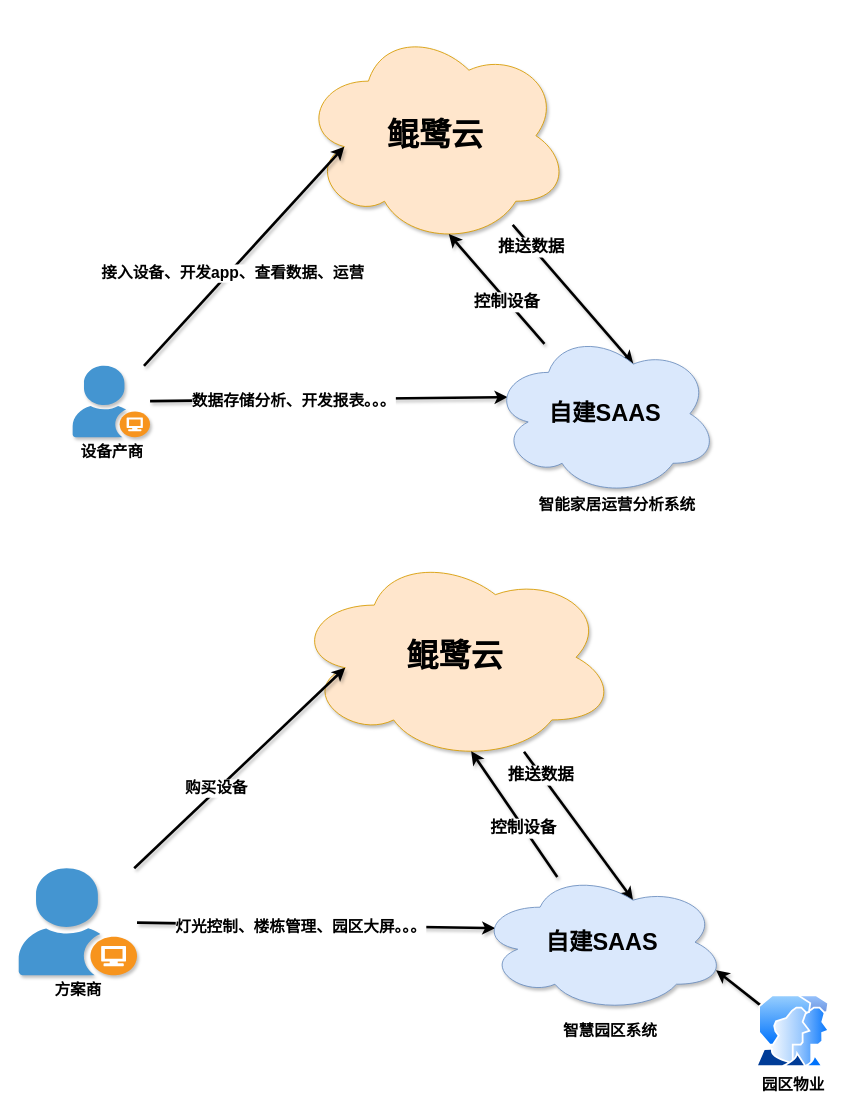
Above: cloud_change.drawio in jimmy0/chart (draw.io), before the change. Source tidied: cells renumbered, new cells numbered last; positions are measured from the earlier drawing's top-left corner, leaving out a move shared by most shapes. Both pictures are drawn from the tidied source at 87%, with x=0, y=0 at pixel (18, 26).
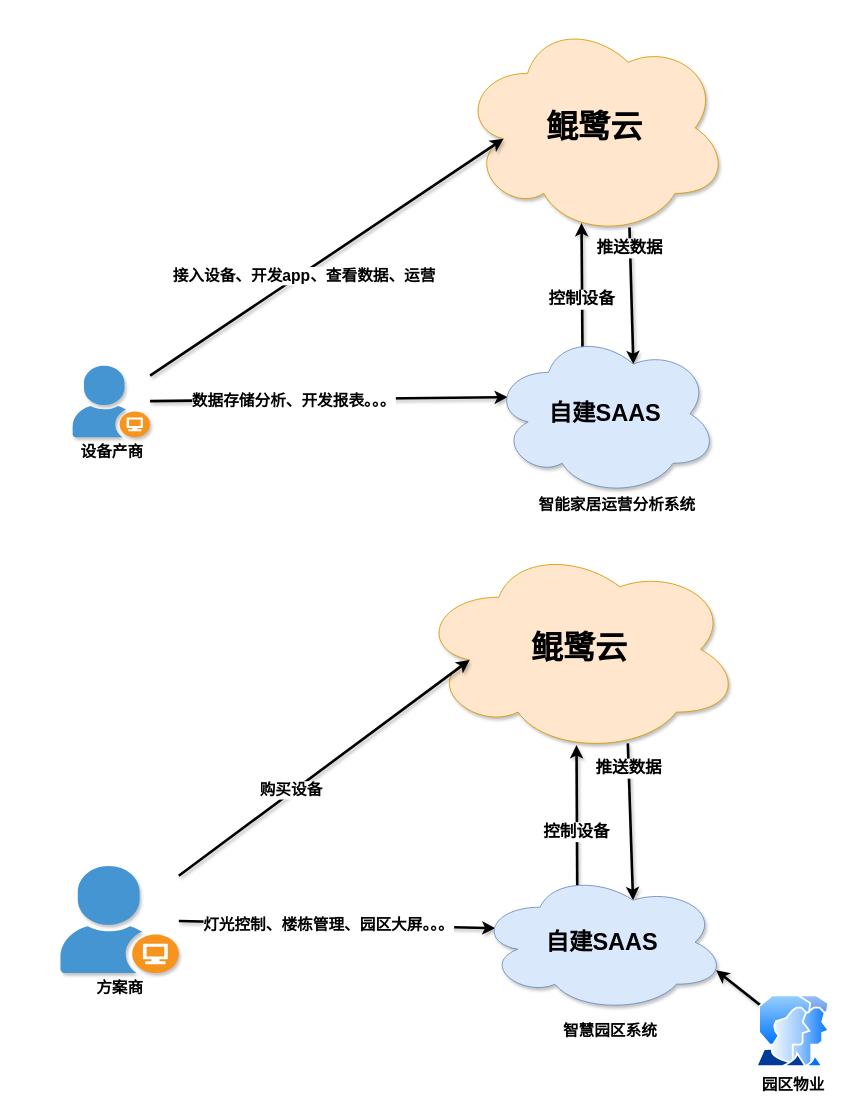
The same diagram, later.

Unchanged cells that the change refers to:
```xml
<mxCell id="12" value="自建SAAS" style="ellipse;shape=cloud;whiteSpace=wrap;html=1;rounded=1;glass=0;sketch=0;fontSize=27;fillColor=#dae8fc;strokeColor=#6c8ebf;shadow=1;fontStyle=1;" parent="1" vertex="1">
  <mxGeometry x="544" y="350" width="260" height="190" as="geometry" />
</mxCell>
<mxCell id="23" value="自建SAAS" style="ellipse;shape=cloud;whiteSpace=wrap;html=1;rounded=1;glass=0;sketch=0;fontSize=27;fillColor=#dae8fc;strokeColor=#6c8ebf;shadow=1;fontStyle=1;" parent="1" vertex="1">
  <mxGeometry x="528" y="972" width="285" height="161" as="geometry" />
</mxCell>
```

The edit, as a diff of the source:
```diff
@@
-    <mxCell id="2" style="edgeStyle=none;rounded=0;sketch=0;jettySize=auto;html=1;entryX=0.625;entryY=0.2;entryDx=0;entryDy=0;entryPerimeter=0;shadow=1;fontSize=19;strokeWidth=3;" parent="1" edge="1" source="4" target="12">
+    <mxCell id="2" style="edgeStyle=none;rounded=0;sketch=0;jettySize=auto;html=1;entryX=0.625;entryY=0.2;entryDx=0;entryDy=0;entryPerimeter=0;shadow=1;fontSize=19;strokeWidth=3;exitX=0.63;exitY=0.956;exitDx=0;exitDy=0;exitPerimeter=0;" parent="1" edge="1" source="4" target="12">
       <mxGeometry relative="1" as="geometry" />
     </mxCell>
@@
     <mxCell id="4" value="鲲鹭云" style="ellipse;shape=cloud;whiteSpace=wrap;html=1;rounded=1;glass=0;sketch=0;fontSize=37;fillColor=#ffe6cc;strokeColor=#d79b00;shadow=1;fontStyle=1;" parent="1" vertex="1">
-      <mxGeometry x="325" width="308" height="251" as="geometry" />
+      <mxGeometry x="508" y="-9" width="308" height="251" as="geometry" />
     </mxCell>
@@
-    <mxCell id="10" style="edgeStyle=none;rounded=0;sketch=0;jettySize=auto;html=1;entryX=0.55;entryY=0.95;entryDx=0;entryDy=0;entryPerimeter=0;shadow=1;fontSize=19;strokeWidth=3;" parent="1" edge="1" source="12" target="4">
+    <mxCell id="10" style="edgeStyle=none;rounded=0;sketch=0;jettySize=auto;html=1;entryX=0.451;entryY=0.936;entryDx=0;entryDy=0;entryPerimeter=0;shadow=1;fontSize=19;strokeWidth=3;exitX=0.4;exitY=0.1;exitDx=0;exitDy=0;exitPerimeter=0;" parent="1" edge="1" source="12" target="4">
       <mxGeometry relative="1" as="geometry" />
     </mxCell>
@@
-    <mxCell id="13" style="edgeStyle=none;rounded=0;sketch=0;jettySize=auto;html=1;entryX=0.625;entryY=0.2;entryDx=0;entryDy=0;entryPerimeter=0;shadow=1;fontSize=19;strokeWidth=3;" parent="1" edge="1" source="15" target="23">
+    <mxCell id="13" style="edgeStyle=none;rounded=0;sketch=0;jettySize=auto;html=1;entryX=0.625;entryY=0.2;entryDx=0;entryDy=0;entryPerimeter=0;shadow=1;fontSize=19;strokeWidth=3;exitX=0.65;exitY=0.95;exitDx=0;exitDy=0;exitPerimeter=0;" parent="1" edge="1" source="15" target="23">
       <mxGeometry relative="1" as="geometry" />
     </mxCell>
@@
     <mxCell id="15" value="鲲鹭云" style="ellipse;shape=cloud;whiteSpace=wrap;html=1;rounded=1;glass=0;sketch=0;fontSize=37;fillColor=#ffe6cc;strokeColor=#d79b00;shadow=1;fontStyle=1;" parent="1" vertex="1">
-      <mxGeometry x="316" y="605" width="371" height="240" as="geometry" />
+      <mxGeometry x="459" y="596" width="371" height="240" as="geometry" />
     </mxCell>
@@
     <mxCell id="20" value="方案商" style="shadow=1;dashed=0;html=1;strokeColor=none;fillColor=#4495D1;labelPosition=center;verticalLabelPosition=bottom;verticalAlign=top;align=center;outlineConnect=0;shape=mxgraph.veeam.company_user;fontSize=18;fontStyle=1;" parent="1" vertex="1">
-      <mxGeometry y="967.5" width="136" height="123" as="geometry" />
+      <mxGeometry x="48" y="965" width="136" height="123" as="geometry" />
     </mxCell>
-    <mxCell id="21" style="edgeStyle=none;rounded=0;sketch=0;jettySize=auto;html=1;shadow=1;fontSize=19;strokeWidth=3;entryX=0.55;entryY=0.95;entryDx=0;entryDy=0;entryPerimeter=0;" parent="1" edge="1" source="23" target="15">
+    <mxCell id="21" style="edgeStyle=none;rounded=0;sketch=0;jettySize=auto;html=1;shadow=1;fontSize=19;strokeWidth=3;entryX=0.491;entryY=0.958;entryDx=0;entryDy=0;entryPerimeter=0;exitX=0.4;exitY=0.1;exitDx=0;exitDy=0;exitPerimeter=0;" parent="1" edge="1" source="23" target="15">
       <mxGeometry relative="1" as="geometry" />
     </mxCell>
```
